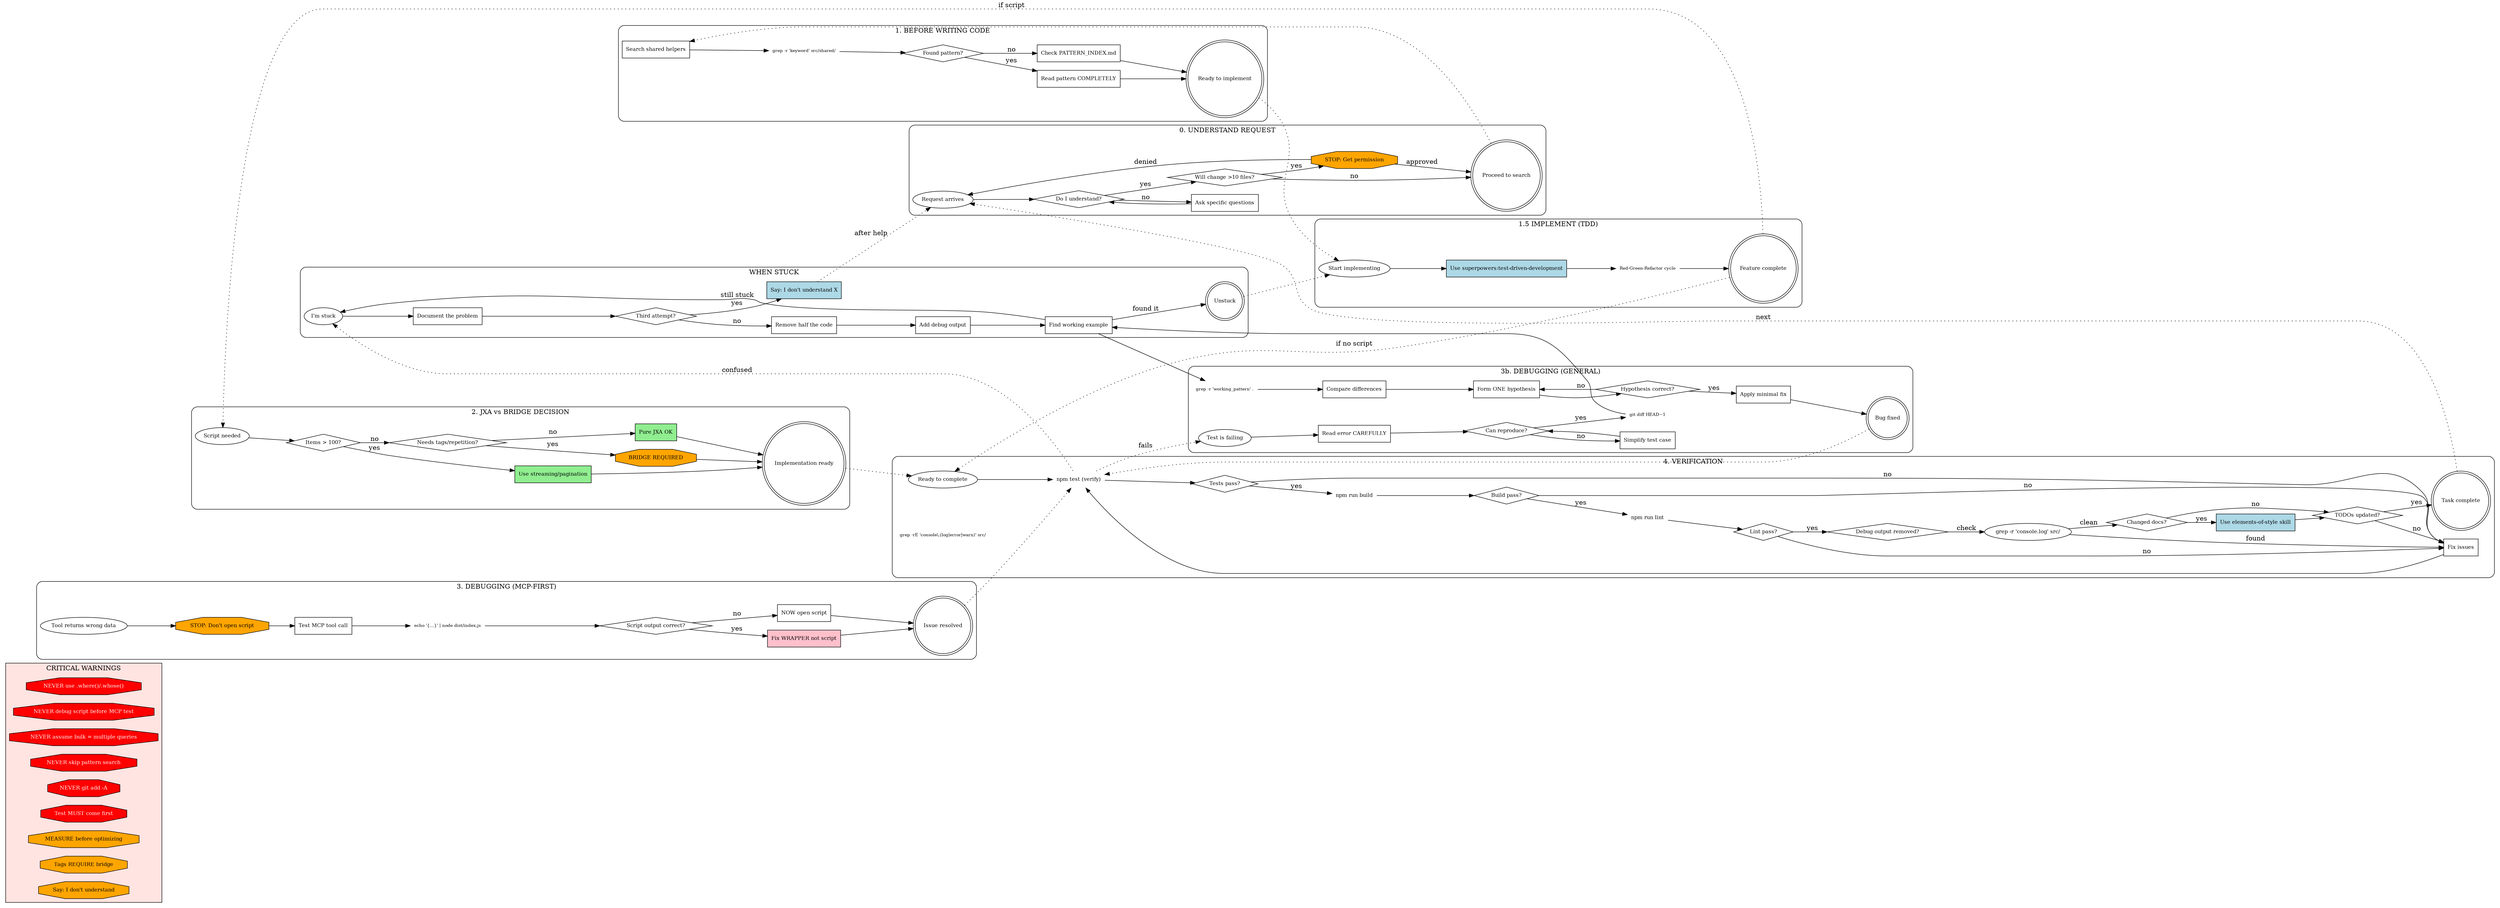
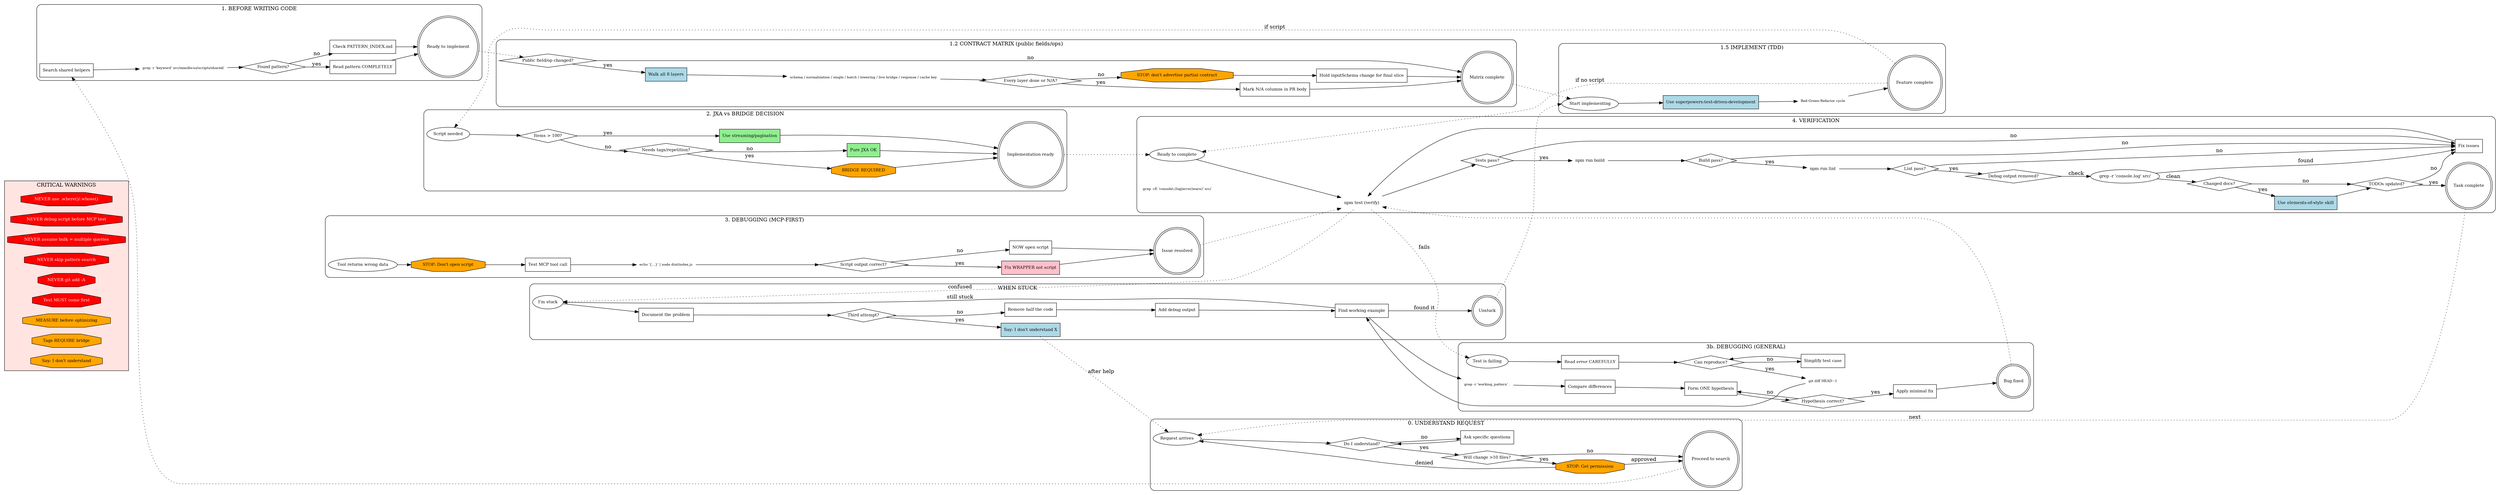
// OmniFocus MCP Server - Claude Process Workflows
//
// To regenerate PNG:
//   dot -Tpng -Gdpi=120 .claude/processes/CLAUDE-PROCESSES.dot -o .claude/processes/CLAUDE-PROCESSES.png
//
// Style Guide:
//   ellipse      = entry points / states
//   diamond      = decisions
//   box          = actions to take
//   plaintext    = commands to run
//   octagon      = STOP/warnings (orange=caution, red=NEVER)
//   doublecircle = completion states
//   dotted edges = cross-process transitions

digraph CLAUDE_OMNIFOCUS {
    rankdir=LR;
    compound=true;
    node [fontsize=11];

    // =========================================================
    // CLUSTER: Critical Warnings
    // =========================================================
    subgraph cluster_warnings {
        label="CRITICAL WARNINGS";
        style=filled;
        fillcolor=mistyrose;

        // Project-specific (red = NEVER)
        "NEVER use .where()/.whose()" [shape=octagon, style=filled, fillcolor=red, fontcolor=white];
        "NEVER debug script before MCP test" [shape=octagon, style=filled, fillcolor=red, fontcolor=white];
        "NEVER assume bulk = multiple queries" [shape=octagon, style=filled, fillcolor=red, fontcolor=white];
        "NEVER skip pattern search" [shape=octagon, style=filled, fillcolor=red, fontcolor=white];

        // Generic best practices (red = NEVER)
        "NEVER git add -A" [shape=octagon, style=filled, fillcolor=red, fontcolor=white];
        "Test MUST come first" [shape=octagon, style=filled, fillcolor=red, fontcolor=white];

        // Cautions (orange = STOP and think)
        "MEASURE before optimizing" [shape=octagon, style=filled, fillcolor=orange];
        "Tags REQUIRE bridge" [shape=octagon, style=filled, fillcolor=orange];
        "Say: I don't understand" [shape=octagon, style=filled, fillcolor=orange];
    }

    // =========================================================
    // CLUSTER: Understanding Check (from Jesse)
    // =========================================================
    subgraph cluster_understand {
        label="0. UNDERSTAND REQUEST";
        style=rounded;

        "Request arrives" [shape=ellipse];
        "Do I understand?" [shape=diamond];
        "Ask specific questions" [shape=box];
        "Will change >10 files?" [shape=diamond];
        "STOP: Get permission" [shape=octagon, style=filled, fillcolor=orange];
        "Proceed to search" [shape=doublecircle];

        "Request arrives" -> "Do I understand?";
        "Do I understand?" -> "Ask specific questions" [label="no"];
        "Ask specific questions" -> "Do I understand?";
        "Do I understand?" -> "Will change >10 files?" [label="yes"];
        "Will change >10 files?" -> "STOP: Get permission" [label="yes"];
        "Will change >10 files?" -> "Proceed to search" [label="no"];
        "STOP: Get permission" -> "Request arrives" [label="denied"];
        "STOP: Get permission" -> "Proceed to search" [label="approved"];
    }

    // =========================================================
    // CLUSTER: Pre-Code Search (Before Writing ANY Code)
    // =========================================================
    subgraph cluster_pre_code {
        label="1. BEFORE WRITING CODE";
        style=rounded;

        "Search shared helpers" [shape=box];
-         "grep -r 'keyword' src/shared/" [shape=plaintext, fontsize=9];
+         "grep -r 'keyword' src/omnifocus/scripts/shared/" [shape=plaintext, fontsize=9];
        "Found pattern?" [shape=diamond];
        "Read pattern COMPLETELY" [shape=box];
        "Check PATTERN_INDEX.md" [shape=box];
        "Ready to implement" [shape=doublecircle];

-         "Search shared helpers" -> "grep -r 'keyword' src/shared/";
-         "grep -r 'keyword' src/shared/" -> "Found pattern?";
+         "Search shared helpers" -> "grep -r 'keyword' src/omnifocus/scripts/shared/";
+         "grep -r 'keyword' src/omnifocus/scripts/shared/" -> "Found pattern?";
        "Found pattern?" -> "Read pattern COMPLETELY" [label="yes"];
        "Found pattern?" -> "Check PATTERN_INDEX.md" [label="no"];
        "Read pattern COMPLETELY" -> "Ready to implement";
        "Check PATTERN_INDEX.md" -> "Ready to implement";
+     }
+ 
+     // =========================================================
+     // CLUSTER: Vertical Contract Matrix (public fields/operations)
+     // See CLAUDE.md "Vertical Contract Matrix" for layer anchors.
+     // =========================================================
+     subgraph cluster_contract_matrix {
+         label="1.2 CONTRACT MATRIX (public fields/ops)";
+         style=rounded;
+         fillcolor=lavender;
+ 
+         "Public field/op changed?" [shape=diamond];
+         "Walk all 8 layers" [shape=box, style=filled, fillcolor=lightblue];
+         "schema / normalization / single / batch / lowering / live bridge / response / cache key" [shape=plaintext, fontsize=9];
+         "Every layer done or N/A?" [shape=diamond];
+         "Mark N/A columns in PR body" [shape=box];
+         "STOP: don't advertise partial contract" [shape=octagon, style=filled, fillcolor=orange];
+         "Hold inputSchema change for final slice" [shape=box];
+         "Matrix complete" [shape=doublecircle];
+ 
+         "Public field/op changed?" -> "Walk all 8 layers" [label="yes"];
+         "Public field/op changed?" -> "Matrix complete" [label="no"];
+         "Walk all 8 layers" -> "schema / normalization / single / batch / lowering / live bridge / response / cache key";
+         "schema / normalization / single / batch / lowering / live bridge / response / cache key" -> "Every layer done or N/A?";
+         "Every layer done or N/A?" -> "Mark N/A columns in PR body" [label="yes"];
+         "Every layer done or N/A?" -> "STOP: don't advertise partial contract" [label="no"];
+         "STOP: don't advertise partial contract" -> "Hold inputSchema change for final slice";
+         "Hold inputSchema change for final slice" -> "Matrix complete";
+         "Mark N/A columns in PR body" -> "Matrix complete";
    }

    // =========================================================
    // CLUSTER: Implementation (TDD via skill)
    // =========================================================
    subgraph cluster_implement {
        label="1.5 IMPLEMENT (TDD)";
        style=rounded;
        fillcolor=lightcyan;

        "Start implementing" [shape=ellipse];
        "Use superpowers:test-driven-development" [shape=box, style=filled, fillcolor=lightblue];
        "Red-Green-Refactor cycle" [shape=plaintext, fontsize=9];
        "Feature complete" [shape=doublecircle];

        "Start implementing" -> "Use superpowers:test-driven-development";
        "Use superpowers:test-driven-development" -> "Red-Green-Refactor cycle";
        "Red-Green-Refactor cycle" -> "Feature complete";
    }

    // =========================================================
    // CLUSTER: JXA vs Bridge Decision
    // =========================================================
    subgraph cluster_jxa_bridge {
        label="2. JXA vs BRIDGE DECISION";
        style=rounded;

        "Script needed" [shape=ellipse];
        "Items > 100?" [shape=diamond];
        "Needs tags/repetition?" [shape=diamond];
        "Use streaming/pagination" [shape=box, style=filled, fillcolor=lightgreen];
        "BRIDGE REQUIRED" [shape=octagon, style=filled, fillcolor=orange];
        "Pure JXA OK" [shape=box, style=filled, fillcolor=lightgreen];
        "Implementation ready" [shape=doublecircle];

        "Script needed" -> "Items > 100?";
        "Items > 100?" -> "Use streaming/pagination" [label="yes"];
        "Items > 100?" -> "Needs tags/repetition?" [label="no"];
        "Needs tags/repetition?" -> "BRIDGE REQUIRED" [label="yes"];
        "Needs tags/repetition?" -> "Pure JXA OK" [label="no"];
        "Use streaming/pagination" -> "Implementation ready";
        "BRIDGE REQUIRED" -> "Implementation ready";
        "Pure JXA OK" -> "Implementation ready";
    }

    // =========================================================
    // CLUSTER: Being Stuck (from Jesse)
    // =========================================================
    subgraph cluster_stuck {
        label="WHEN STUCK";
        style=rounded;
        fillcolor=lightyellow;

        "I'm stuck" [shape=ellipse];
        "Document the problem" [shape=box];
        "Third attempt?" [shape=diamond];
        "Say: I don't understand X" [shape=box, style=filled, fillcolor=lightblue];
        "Remove half the code" [shape=box];
        "Add debug output" [shape=box];
        "Find working example" [shape=box];
        "Unstuck" [shape=doublecircle];

        "I'm stuck" -> "Document the problem";
        "Document the problem" -> "Third attempt?";
        "Third attempt?" -> "Say: I don't understand X" [label="yes"];
        "Third attempt?" -> "Remove half the code" [label="no"];
        "Say: I don't understand X" -> "Request arrives" [label="after help", style=dotted];
        "Remove half the code" -> "Add debug output";
        "Add debug output" -> "Find working example";
        "Find working example" -> "I'm stuck" [label="still stuck"];
        "Find working example" -> "Unstuck" [label="found it"];
    }

    // =========================================================
    // CLUSTER: MCP-First Debugging Workflow
    // =========================================================
    subgraph cluster_debugging {
        label="3. DEBUGGING (MCP-FIRST)";
        style=rounded;

        "Tool returns wrong data" [shape=ellipse];
        "STOP: Don't open script" [shape=octagon, style=filled, fillcolor=orange];
        "Test MCP tool call" [shape=box];
        "echo '{...}' | node dist/index.js" [shape=plaintext, fontsize=9];
        "Script output correct?" [shape=diamond];
        "Fix WRAPPER not script" [shape=box, style=filled, fillcolor=pink];
        "NOW open script" [shape=box];
        "Issue resolved" [shape=doublecircle];

        "Tool returns wrong data" -> "STOP: Don't open script";
        "STOP: Don't open script" -> "Test MCP tool call";
        "Test MCP tool call" -> "echo '{...}' | node dist/index.js";
        "echo '{...}' | node dist/index.js" -> "Script output correct?";
        "Script output correct?" -> "Fix WRAPPER not script" [label="yes"];
        "Script output correct?" -> "NOW open script" [label="no"];
        "Fix WRAPPER not script" -> "Issue resolved";
        "NOW open script" -> "Issue resolved";
    }

    // =========================================================
    // CLUSTER: General Debugging (complements MCP-first)
    // =========================================================
    subgraph cluster_general_debug {
        label="3b. DEBUGGING (GENERAL)";
        style=rounded;

        "Test is failing" [shape=ellipse];
        "Read error CAREFULLY" [shape=box];
        "Can reproduce?" [shape=diamond];
        "Simplify test case" [shape=box];
        "git diff HEAD~1" [shape=plaintext, fontsize=9];
        "Find working example" [shape=box];
        "grep -r 'working_pattern' ." [shape=plaintext, fontsize=9];
        "Compare differences" [shape=box];
        "Form ONE hypothesis" [shape=box];
        "Hypothesis correct?" [shape=diamond];
        "Apply minimal fix" [shape=box];
        "Bug fixed" [shape=doublecircle];

        "Test is failing" -> "Read error CAREFULLY";
        "Read error CAREFULLY" -> "Can reproduce?";
        "Can reproduce?" -> "Simplify test case" [label="no"];
        "Can reproduce?" -> "git diff HEAD~1" [label="yes"];
        "Simplify test case" -> "Can reproduce?";
        "git diff HEAD~1" -> "Find working example";
        "Find working example" -> "grep -r 'working_pattern' .";
        "grep -r 'working_pattern' ." -> "Compare differences";
        "Compare differences" -> "Form ONE hypothesis";
        "Form ONE hypothesis" -> "Hypothesis correct?";
        "Hypothesis correct?" -> "Apply minimal fix" [label="yes"];
        "Hypothesis correct?" -> "Form ONE hypothesis" [label="no"];
        "Apply minimal fix" -> "Bug fixed";
    }

    // =========================================================
    // CLUSTER: Verification Before Completion
    // =========================================================
    subgraph cluster_verify {
        label="4. VERIFICATION";
        style=rounded;

        "Ready to complete" [shape=ellipse];
        "npm test (verify)" [shape=plaintext];
        "Tests pass?" [shape=diamond];
        "npm run build" [shape=plaintext];
        "Build pass?" [shape=diamond];
        "npm run lint" [shape=plaintext];
        "Lint pass?" [shape=diamond];
        "Debug output removed?" [shape=diamond];
        "grep -rE 'console\\.(log|error|warn)' src/" [shape=plaintext, fontsize=9];
        "Changed docs?" [shape=diamond];
        "Use elements-of-style skill" [shape=box, style=filled, fillcolor=lightblue];
        "TODOs updated?" [shape=diamond];
        "Fix issues" [shape=box];
        "Task complete" [shape=doublecircle];

        "Ready to complete" -> "npm test (verify)";
        "npm test (verify)" -> "Tests pass?";
        "Tests pass?" -> "npm run build" [label="yes"];
        "Tests pass?" -> "Fix issues" [label="no"];
        "npm run build" -> "Build pass?";
        "Build pass?" -> "npm run lint" [label="yes"];
        "Build pass?" -> "Fix issues" [label="no"];
        "npm run lint" -> "Lint pass?";
        "Lint pass?" -> "Debug output removed?" [label="yes"];
        "Lint pass?" -> "Fix issues" [label="no"];
        "Debug output removed?" -> "grep -r 'console.log' src/" [label="check"];
        "grep -r 'console.log' src/" -> "Changed docs?" [label="clean"];
        "grep -r 'console.log' src/" -> "Fix issues" [label="found"];
        "Changed docs?" -> "Use elements-of-style skill" [label="yes"];
        "Changed docs?" -> "TODOs updated?" [label="no"];
        "Use elements-of-style skill" -> "TODOs updated?";
        "TODOs updated?" -> "Task complete" [label="yes"];
        "TODOs updated?" -> "Fix issues" [label="no"];
        "Fix issues" -> "npm test (verify)";
    }

    // =========================================================
    // Cross-process transitions (dotted lines)
    // =========================================================
    "Proceed to search" -> "Search shared helpers" [style=dotted];
-     "Ready to implement" -> "Start implementing" [style=dotted];
+     "Ready to implement" -> "Public field/op changed?" [style=dotted];
+     "Matrix complete" -> "Start implementing" [style=dotted];
    "Feature complete" -> "Script needed" [style=dotted, label="if script"];
    "Feature complete" -> "Ready to complete" [style=dotted, label="if no script"];
    "Implementation ready" -> "Ready to complete" [style=dotted];
    "Task complete" -> "Request arrives" [style=dotted, label="next"];

    // Stuck transitions
    "npm test (verify)" -> "I'm stuck" [style=dotted, label="confused"];
    "Unstuck" -> "Start implementing" [style=dotted];

    // Debugging transitions
    "npm test (verify)" -> "Test is failing" [style=dotted, label="fails"];
    "Bug fixed" -> "npm test (verify)" [style=dotted];
    "Issue resolved" -> "npm test (verify)" [style=dotted];
}
